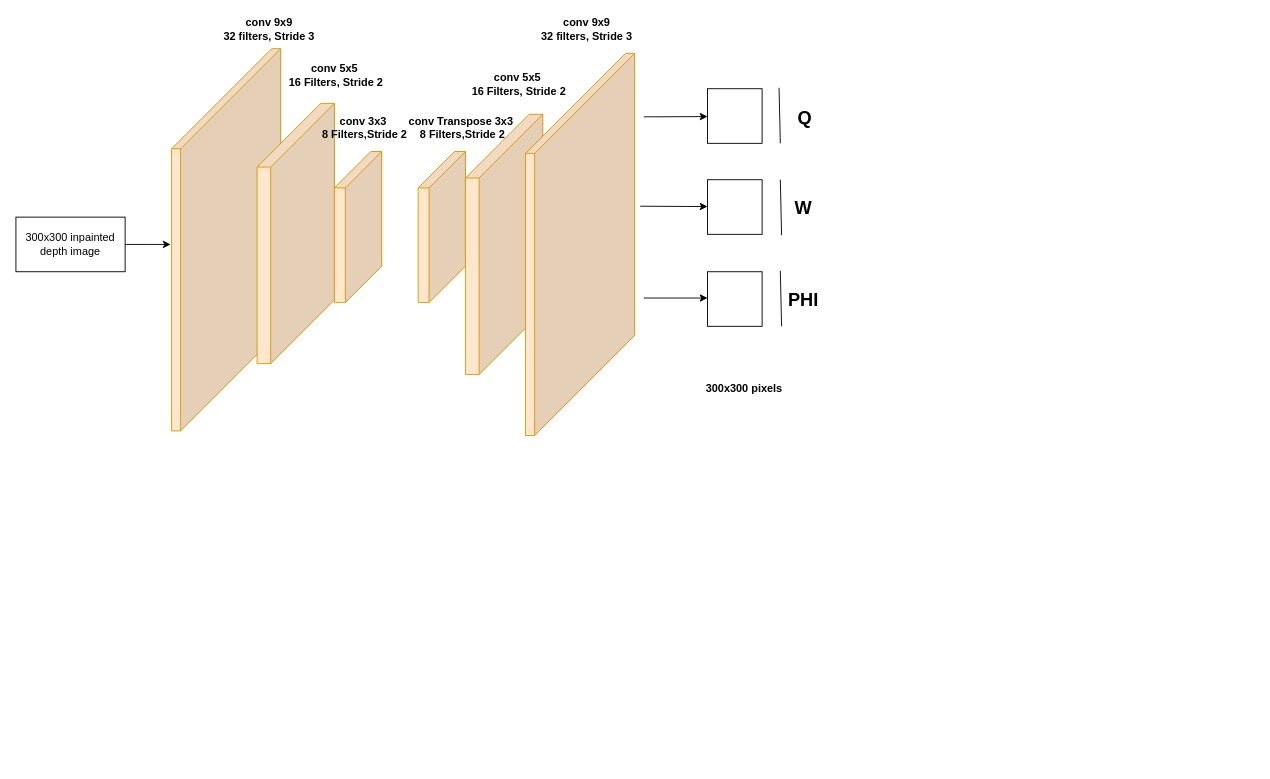
Earlier version of the draw.io diagram vgg16_xml.drawio (malaksayour/Neural-Network-Architecture-Diagrams). Source tidied: cells renumbered, new cells numbered last; positions are measured from the earlier drawing's top-left corner, leaving out a move shared by most shapes. Both pictures are drawn from the tidied source at 91%, with x=0, y=0 at pixel (15, 15).
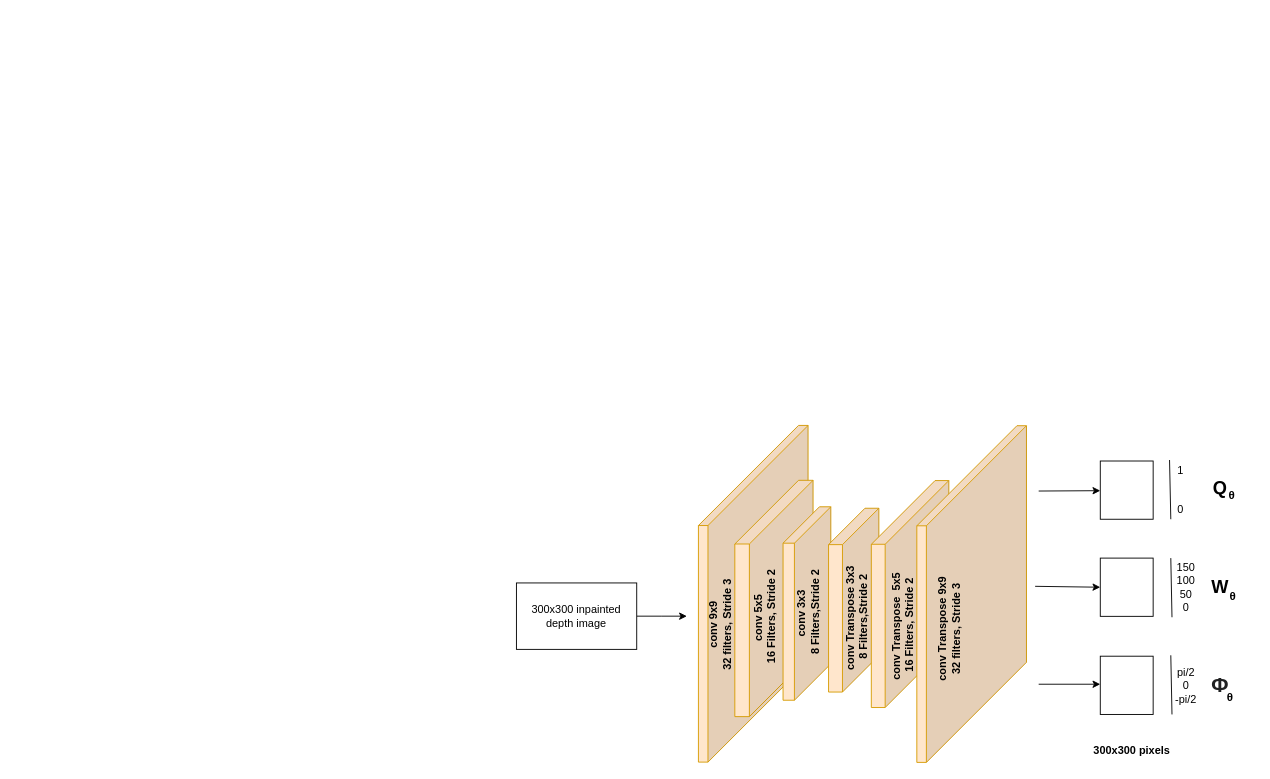
After the change.

Change to the diagram source:
```diff
@@
     <mxCell id="2" style="shape=cube;whiteSpace=wrap;html=1;boundedLbl=1;backgroundOutline=1;darkOpacity=0.05;darkOpacity2=0.1;size=110;direction=east;flipH=1;fillColor=#ffe6cc;strokeColor=#d79b00;" parent="1" vertex="1">
-      <mxGeometry x="171" y="36" width="120" height="420" as="geometry" />
+      <mxGeometry x="750" y="450" width="120.5" height="370" as="geometry" />
     </mxCell>
     <mxCell id="3" style="shape=cube;whiteSpace=wrap;html=1;boundedLbl=1;backgroundOutline=1;darkOpacity=0.05;darkOpacity2=0.1;size=70;direction=east;flipH=1;fillColor=#ffe6cc;strokeColor=#d79b00;" parent="1" vertex="1">
-      <mxGeometry x="265" y="96.1" width="85" height="286" as="geometry" />
+      <mxGeometry x="790" y="510.3" width="86" height="259.7" as="geometry" />
     </mxCell>
     <mxCell id="4" style="shape=cube;whiteSpace=wrap;html=1;boundedLbl=1;backgroundOutline=1;darkOpacity=0.05;darkOpacity2=0.1;size=40;direction=east;flipH=1;fillColor=#ffe6cc;strokeColor=#d79b00;" parent="1" vertex="1">
-      <mxGeometry x="350" y="149" width="52" height="166" as="geometry" />
+      <mxGeometry x="843" y="539.4" width="52.5" height="212.6" as="geometry" />
     </mxCell>
-    <mxCell id="5" value="&lt;b&gt;conv 9x9&lt;br&gt;32 filters, Stride 3&lt;br&gt;&lt;/b&gt;" style="text;html=1;strokeColor=none;fillColor=none;align=center;verticalAlign=middle;whiteSpace=wrap;rounded=0;" parent="1" vertex="1">
-      <mxGeometry x="171" width="215" height="30" as="geometry" />
+    <mxCell id="5" value="&lt;b&gt;conv 9x9&lt;br&gt;32 filters, Stride 3&lt;br&gt;&lt;/b&gt;" style="text;html=1;strokeColor=none;fillColor=none;align=center;verticalAlign=middle;whiteSpace=wrap;rounded=0;rotation=-90;" parent="1" vertex="1">
+      <mxGeometry x="656.1" y="650.8" width="236.8" height="36.5" as="geometry" />
     </mxCell>
-    <mxCell id="6" value="&lt;b&gt;conv 5x5&amp;nbsp;&lt;br&gt;16 Filters, Stride 2&lt;br&gt;&lt;/b&gt;" style="text;html=1;strokeColor=none;fillColor=none;align=center;verticalAlign=middle;whiteSpace=wrap;rounded=0;" parent="1" vertex="1">
-      <mxGeometry x="280" y="50" width="144" height="30" as="geometry" />
+    <mxCell id="6" value="&lt;b&gt;conv 5x5&amp;nbsp;&lt;br&gt;16 Filters, Stride 2&lt;br&gt;&lt;/b&gt;" style="text;html=1;strokeColor=none;fillColor=none;align=center;verticalAlign=middle;whiteSpace=wrap;rounded=0;rotation=-90;" parent="1" vertex="1">
+      <mxGeometry x="743.9" y="642.1" width="158.6" height="36.5" as="geometry" />
     </mxCell>
-    <mxCell id="7" value="&lt;b&gt;conv 3x3&amp;nbsp;&lt;br&gt;8 Filters,Stride 2&lt;br&gt;&lt;/b&gt;" style="text;html=1;strokeColor=none;fillColor=none;align=center;verticalAlign=middle;whiteSpace=wrap;rounded=0;" parent="1" vertex="1">
-      <mxGeometry x="325" y="108.1" width="117" height="30" as="geometry" />
+    <mxCell id="7" value="&lt;b&gt;conv 3x3&amp;nbsp;&lt;br&gt;8 Filters,Stride 2&lt;br&gt;&lt;/b&gt;" style="text;html=1;strokeColor=none;fillColor=none;align=center;verticalAlign=middle;whiteSpace=wrap;rounded=0;rotation=-90;" parent="1" vertex="1">
+      <mxGeometry x="805.6" y="637.3" width="128.9" height="36.5" as="geometry" />
     </mxCell>
     <mxCell id="8" style="shape=cube;whiteSpace=wrap;html=1;boundedLbl=1;backgroundOutline=1;darkOpacity=0.05;darkOpacity2=0.1;size=40;direction=east;flipH=1;fillColor=#ffe6cc;strokeColor=#d79b00;" parent="1" vertex="1">
-      <mxGeometry x="442" y="149" width="52" height="166" as="geometry" />
+      <mxGeometry x="893" y="541" width="55.3" height="202" as="geometry" />
     </mxCell>
-    <mxCell id="9" value="&lt;b&gt;conv Transpose 3x3&amp;nbsp;&lt;br&gt;8 Filters,Stride 2&lt;br&gt;&lt;/b&gt;" style="text;html=1;strokeColor=none;fillColor=none;align=center;verticalAlign=middle;whiteSpace=wrap;rounded=0;" parent="1" vertex="1">
-      <mxGeometry x="422" y="108.1" width="138" height="30" as="geometry" />
+    <mxCell id="9" value="&lt;b style=&quot;font-size: 12px;&quot;&gt;conv Transpose 3x3&amp;nbsp;&lt;br style=&quot;font-size: 12px;&quot;&gt;8 Filters,Stride 2&lt;br style=&quot;font-size: 12px;&quot;&gt;&lt;/b&gt;" style="text;html=1;strokeColor=none;fillColor=none;align=center;verticalAlign=middle;whiteSpace=wrap;rounded=0;rotation=-90;fontSize=12;" parent="1" vertex="1">
+      <mxGeometry x="843" y="642.1" width="163" height="36.5" as="geometry" />
     </mxCell>
     <mxCell id="10" style="shape=cube;whiteSpace=wrap;html=1;boundedLbl=1;backgroundOutline=1;darkOpacity=0.05;darkOpacity2=0.1;size=70;direction=east;flipH=1;fillColor=#ffe6cc;strokeColor=#d79b00;" parent="1" vertex="1">
-      <mxGeometry x="494" y="108.1" width="85" height="286" as="geometry" />
+      <mxGeometry x="940" y="510.6" width="85.2" height="249.4" as="geometry" />
     </mxCell>
-    <mxCell id="11" style="shape=cube;whiteSpace=wrap;html=1;boundedLbl=1;backgroundOutline=1;darkOpacity=0.05;darkOpacity2=0.1;size=110;direction=east;flipH=1;fillColor=#ffe6cc;strokeColor=#d79b00;" parent="1" vertex="1">
-      <mxGeometry x="560" y="41.1" width="120" height="420" as="geometry" />
-    </mxCell>
-    <mxCell id="12" value="&lt;b&gt;conv 5x5&amp;nbsp;&lt;br&gt;16 Filters, Stride 2&lt;br&gt;&lt;/b&gt;" style="text;html=1;strokeColor=none;fillColor=none;align=center;verticalAlign=middle;whiteSpace=wrap;rounded=0;" parent="1" vertex="1">
-      <mxGeometry x="480.5" y="60" width="144" height="30" as="geometry" />
+    <mxCell id="12" value="&lt;b&gt;conv Transpose&amp;nbsp; 5x5&amp;nbsp;&lt;br&gt;16 Filters, Stride 2&lt;br&gt;&lt;/b&gt;" style="text;html=1;strokeColor=none;fillColor=none;align=center;verticalAlign=middle;whiteSpace=wrap;rounded=0;rotation=-90;" parent="1" vertex="1">
+      <mxGeometry x="895.5" y="650.8" width="158.6" height="36.5" as="geometry" />
     </mxCell>
-    <mxCell id="13" value="&lt;b&gt;conv 9x9&lt;br&gt;32 filters, Stride 3&lt;br&gt;&lt;/b&gt;" style="text;html=1;strokeColor=none;fillColor=none;align=center;verticalAlign=middle;whiteSpace=wrap;rounded=0;" parent="1" vertex="1">
-      <mxGeometry x="520" width="215" height="30" as="geometry" />
-    </mxCell>
     <mxCell id="14" style="edgeStyle=orthogonalEdgeStyle;rounded=0;jettySize=auto;html=1;" parent="1" edge="1" source="15">
       <mxGeometry relative="1" as="geometry">
-        <mxPoint x="170" y="251.1" as="targetPoint" />
+        <mxPoint x="737.3" y="659.6" as="targetPoint" />
       </mxGeometry>
     </mxCell>
     <mxCell id="15" value="300x300 inpainted depth image" style="rounded=0;whiteSpace=wrap;html=1;" parent="1" vertex="1">
-      <mxGeometry y="221.1" width="120" height="60" as="geometry" />
+      <mxGeometry x="550" y="623.1" width="132.2" height="73" as="geometry" />
     </mxCell>
+    <mxCell id="29" style="shape=cube;whiteSpace=wrap;html=1;boundedLbl=1;backgroundOutline=1;darkOpacity=0.05;darkOpacity2=0.1;size=110;direction=east;flipH=1;fillColor=#ffe6cc;strokeColor=#d79b00;" parent="1" vertex="1">
+      <mxGeometry x="990" y="450.3" width="120.5" height="370" as="geometry" />
+    </mxCell>
+    <mxCell id="30" value="&lt;b&gt;conv Transpose 9x9&lt;br&gt;32 filters, Stride 3&lt;br&gt;&lt;/b&gt;" style="text;html=1;strokeColor=none;fillColor=none;align=center;verticalAlign=middle;whiteSpace=wrap;rounded=0;rotation=-90;" parent="1" vertex="1">
+      <mxGeometry x="907" y="655.5" width="236.8" height="36.5" as="geometry" />
+    </mxCell>
     <mxCell id="16" style="rounded=0;whiteSpace=wrap;html=1;" parent="1" vertex="1">
-      <mxGeometry x="760" y="80" width="60" height="60" as="geometry" />
+      <mxGeometry x="1191.6" y="489.1" width="58.1" height="64" as="geometry" />
     </mxCell>
     <mxCell id="17" style="rounded=0;whiteSpace=wrap;html=1;" parent="1" vertex="1">
-      <mxGeometry x="760" y="180" width="60" height="60" as="geometry" />
+      <mxGeometry x="1191.6" y="595.8" width="58.1" height="64" as="geometry" />
     </mxCell>
     <mxCell id="18" style="rounded=0;whiteSpace=wrap;html=1;" parent="1" vertex="1">
-      <mxGeometry x="760" y="281.1" width="60" height="60" as="geometry" />
+      <mxGeometry x="1191.6" y="703.6" width="58.1" height="64" as="geometry" />
     </mxCell>
     <mxCell id="19" value="300x300 pixels" style="text;html=1;align=center;verticalAlign=middle;strokeColor=none;fillColor=none;fontStyle=1;" parent="1" vertex="1">
-      <mxGeometry x="750" y="400" width="100" height="20" as="geometry" />
+      <mxGeometry x="1175.9" y="797.5" width="100" height="20" as="geometry" />
     </mxCell>
-    <mxCell id="20" value="Q&amp;nbsp; &amp;nbsp;" style="text;html=1;align=center;verticalAlign=middle;strokeColor=none;fillColor=none;fontStyle=1;fontSize=20;" parent="1" vertex="1">
-      <mxGeometry x="850" y="96.1" width="50" height="30" as="geometry" />
+    <mxCell id="20" value="&lt;div&gt;Q&lt;/div&gt;" style="text;html=1;align=center;verticalAlign=middle;strokeColor=none;fillColor=none;fontStyle=1;fontSize=20;" parent="1" vertex="1">
+      <mxGeometry x="1307.8" y="503.1" width="30" height="30" as="geometry" />
     </mxCell>
     <mxCell id="21" style="endArrow=classic;html=1;rounded=0;fontSize=20;" parent="1" edge="1">
       <mxGeometry relative="1" as="geometry">
-        <mxPoint x="690" y="110.9" as="sourcePoint" />
-        <mxPoint x="760" y="110.6" as="targetPoint" />
+        <mxPoint x="1123.9" y="522.1" as="sourcePoint" />
+        <mxPoint x="1191.6" y="521.7" as="targetPoint" />
       </mxGeometry>
     </mxCell>
-    <mxCell id="22" style="endArrow=classic;html=1;rounded=0;fontSize=20;exitX=-0.05;exitY=0.4;exitDx=0;exitDy=0;exitPerimeter=0;" parent="1" edge="1" source="11">
+    <mxCell id="22" style="endArrow=classic;html=1;rounded=0;fontSize=20;exitX=-0.05;exitY=0.4;exitDx=0;exitDy=0;exitPerimeter=0;" parent="1" edge="1">
       <mxGeometry relative="1" as="geometry">
-        <mxPoint x="760" y="209.5" as="targetPoint" />
+        <mxPoint x="1120" y="626.8" as="sourcePoint" />
+        <mxPoint x="1191.6" y="627.8" as="targetPoint" />
       </mxGeometry>
     </mxCell>
     <mxCell id="23" style="endArrow=classic;html=1;rounded=0;fontSize=20;" parent="1" edge="1">
       <mxGeometry relative="1" as="geometry">
-        <mxPoint x="690" y="310" as="sourcePoint" />
-        <mxPoint x="760" y="310" as="targetPoint" />
+        <mxPoint x="1123.9" y="734.4" as="sourcePoint" />
+        <mxPoint x="1191.6" y="734.4" as="targetPoint" />
       </mxGeometry>
     </mxCell>
     <mxCell id="24" value="W" style="text;html=1;align=center;verticalAlign=middle;strokeColor=none;fillColor=none;fontStyle=1;fontSize=20;" parent="1" vertex="1">
-      <mxGeometry x="850" y="195" width="30" height="30" as="geometry" />
+      <mxGeometry x="1307.8" y="611.8" width="30" height="30" as="geometry" />
     </mxCell>
-    <mxCell id="25" value="PHI" style="text;html=1;align=center;verticalAlign=middle;strokeColor=none;fillColor=none;fontStyle=1;fontSize=20;" parent="1" vertex="1">
-      <mxGeometry x="840" y="296.1" width="50" height="30" as="geometry" />
+    <mxCell id="25" value="&lt;b style=&quot;color: rgb(32, 33, 34); font-family: sans-serif; font-size: 23px; background-color: rgb(255, 255, 255);&quot;&gt;Φ&lt;/b&gt;" style="text;html=1;align=center;verticalAlign=middle;strokeColor=none;fillColor=none;fontStyle=1;fontSize=23;" parent="1" vertex="1">
+      <mxGeometry x="1307.8" y="719.6" width="30" height="30" as="geometry" />
     </mxCell>
     <mxCell id="26" style="endArrow=none;html=1;rounded=0;fontSize=20;" parent="1" edge="1">
       <mxGeometry relative="1" as="geometry">
-        <mxPoint x="840" y="140" as="sourcePoint" />
-        <mxPoint x="838.6" y="79" as="targetPoint" />
+        <mxPoint x="1269.1" y="553.1" as="sourcePoint" />
+        <mxPoint x="1267.7" y="488" as="targetPoint" />
       </mxGeometry>
     </mxCell>
     <mxCell id="27" style="endArrow=none;html=1;rounded=0;fontSize=20;" parent="1" edge="1">
       <mxGeometry relative="1" as="geometry">
-        <mxPoint x="841.4" y="241" as="sourcePoint" />
-        <mxPoint x="840" y="180" as="targetPoint" />
+        <mxPoint x="1270.4" y="660.8" as="sourcePoint" />
+        <mxPoint x="1269.1" y="595.8" as="targetPoint" />
       </mxGeometry>
     </mxCell>
     <mxCell id="28" style="endArrow=none;html=1;rounded=0;fontSize=20;" parent="1" edge="1">
       <mxGeometry relative="1" as="geometry">
-        <mxPoint x="841.4" y="341.1" as="sourcePoint" />
-        <mxPoint x="840" y="280.1" as="targetPoint" />
+        <mxPoint x="1270.4" y="767.6" as="sourcePoint" />
+        <mxPoint x="1269.1" y="702.6" as="targetPoint" />
       </mxGeometry>
     </mxCell>
+    <mxCell id="31" value="1&lt;br&gt;&lt;br&gt;&lt;br&gt;0" style="text;html=1;strokeColor=none;fillColor=none;align=center;verticalAlign=middle;whiteSpace=wrap;rounded=0;" parent="1" vertex="1">
+      <mxGeometry x="1250.7" y="505.1" width="58.1" height="32" as="geometry" />
+    </mxCell>
+    <mxCell id="32" value="150&lt;br&gt;100&lt;br&gt;50&lt;br&gt;0" style="text;html=1;strokeColor=none;fillColor=none;align=center;verticalAlign=middle;whiteSpace=wrap;rounded=0;" parent="1" vertex="1">
+      <mxGeometry x="1256.5" y="611.8" width="58.1" height="32" as="geometry" />
+    </mxCell>
+    <mxCell id="33" value="pi/2&lt;br&gt;0&lt;br&gt;-pi/2" style="text;html=1;strokeColor=none;fillColor=none;align=center;verticalAlign=middle;whiteSpace=wrap;rounded=0;" parent="1" vertex="1">
+      <mxGeometry x="1256.5" y="719.6" width="58.1" height="32" as="geometry" />
+    </mxCell>
+    <mxCell id="34" value="&lt;span style=&quot;color: rgb(0, 0, 0); font-family: sans-serif; font-size: 12.7px; font-style: normal; letter-spacing: normal; text-indent: 0px; text-transform: none; word-spacing: 0px; background-color: rgb(255, 255, 255); display: inline; float: none;&quot;&gt;θ&lt;/span&gt;" style="text;whiteSpace=wrap;html=1;fontStyle=1;" parent="1" vertex="1">
+      <mxGeometry x="1331" y="512.7" width="29" height="32" as="geometry" />
+    </mxCell>
+    <mxCell id="35" value="&lt;span style=&quot;color: rgb(0, 0, 0); font-family: sans-serif; font-size: 12.7px; font-style: normal; letter-spacing: normal; text-indent: 0px; text-transform: none; word-spacing: 0px; background-color: rgb(255, 255, 255); display: inline; float: none;&quot;&gt;θ&lt;/span&gt;" style="text;whiteSpace=wrap;html=1;fontStyle=1;" parent="1" vertex="1">
+      <mxGeometry x="1332" y="623.6" width="29" height="32" as="geometry" />
+    </mxCell>
+    <mxCell id="36" value="&lt;span style=&quot;color: rgb(0, 0, 0); font-family: sans-serif; font-size: 12.7px; font-style: normal; letter-spacing: normal; text-indent: 0px; text-transform: none; word-spacing: 0px; background-color: rgb(255, 255, 255); display: inline; float: none;&quot;&gt;θ&lt;/span&gt;" style="text;whiteSpace=wrap;html=1;fontStyle=1;" parent="1" vertex="1">
+      <mxGeometry x="1329.1" y="734.6" width="29" height="32" as="geometry" />
+    </mxCell>
```
